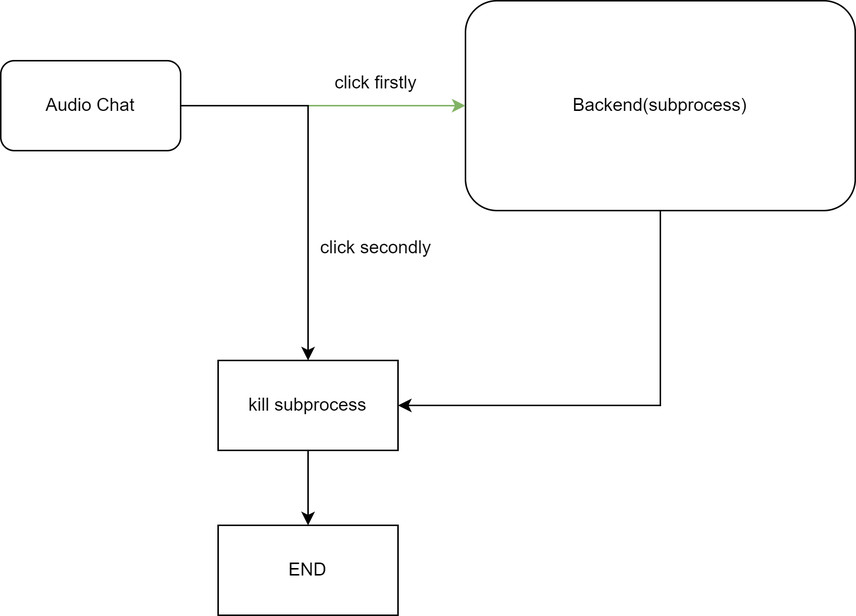
Above: src/frontend/arch/Web_Arch-s2s-multi-chat-close.png in 480284856/AsyncAudioChat (draw.io), before the change. Source tidied: cells renumbered, new cells last; positions are measured from the earlier drawing's top-left corner, leaving out a move shared by most shapes. The source it was exported from:
```xml
<mxGraphModel>
  <root>
    <mxCell id="0" />
    <mxCell id="1" parent="0" />
    <mxCell id="2" style="edgeStyle=orthogonalEdgeStyle;rounded=0;jettySize=auto;html=1;entryX=1;entryY=0.5;entryDx=0;entryDy=0;exitX=0.5;exitY=1;exitDx=0;exitDy=0;" parent="1" edge="1" source="3" target="9">
      <mxGeometry relative="1" as="geometry" />
    </mxCell>
    <mxCell id="3" value="Backend(subprocess)" style="rounded=1;whiteSpace=wrap;html=1;" parent="1" vertex="1">
      <mxGeometry x="310" width="260" height="140" as="geometry" />
    </mxCell>
    <mxCell id="4" style="edgeStyle=orthogonalEdgeStyle;rounded=0;jettySize=auto;html=1;entryX=0;entryY=0.5;entryDx=0;entryDy=0;fillColor=#d5e8d4;strokeColor=#82b366;" parent="1" edge="1" source="6" target="3">
      <mxGeometry relative="1" as="geometry" />
    </mxCell>
    <mxCell id="5" style="edgeStyle=orthogonalEdgeStyle;rounded=0;jettySize=auto;html=1;" parent="1" edge="1" source="6" target="9">
      <mxGeometry relative="1" as="geometry" />
    </mxCell>
    <mxCell id="6" value="Audio Chat" style="rounded=1;whiteSpace=wrap;html=1;" parent="1" vertex="1">
      <mxGeometry y="40" width="120" height="60" as="geometry" />
    </mxCell>
    <mxCell id="7" value="click firstly" style="text;html=1;align=center;verticalAlign=middle;strokeColor=none;fillColor=none;" parent="1" vertex="1">
      <mxGeometry x="210" y="40" width="80" height="30" as="geometry" />
    </mxCell>
    <mxCell id="8" style="edgeStyle=orthogonalEdgeStyle;rounded=0;jettySize=auto;html=1;" parent="1" edge="1" source="9" target="11">
      <mxGeometry relative="1" as="geometry" />
    </mxCell>
    <mxCell id="9" value="kill subprocess" style="rounded=0;whiteSpace=wrap;html=1;" parent="1" vertex="1">
      <mxGeometry x="145" y="240" width="120" height="60" as="geometry" />
    </mxCell>
    <mxCell id="10" value="click secondly" style="text;html=1;align=center;verticalAlign=middle;strokeColor=none;fillColor=none;" parent="1" vertex="1">
      <mxGeometry x="200" y="150" width="100" height="30" as="geometry" />
    </mxCell>
    <mxCell id="11" value="END" style="rounded=0;whiteSpace=wrap;html=1;" parent="1" vertex="1">
      <mxGeometry x="145" y="350" width="120" height="60" as="geometry" />
    </mxCell>
  </root>
</mxGraphModel>
```
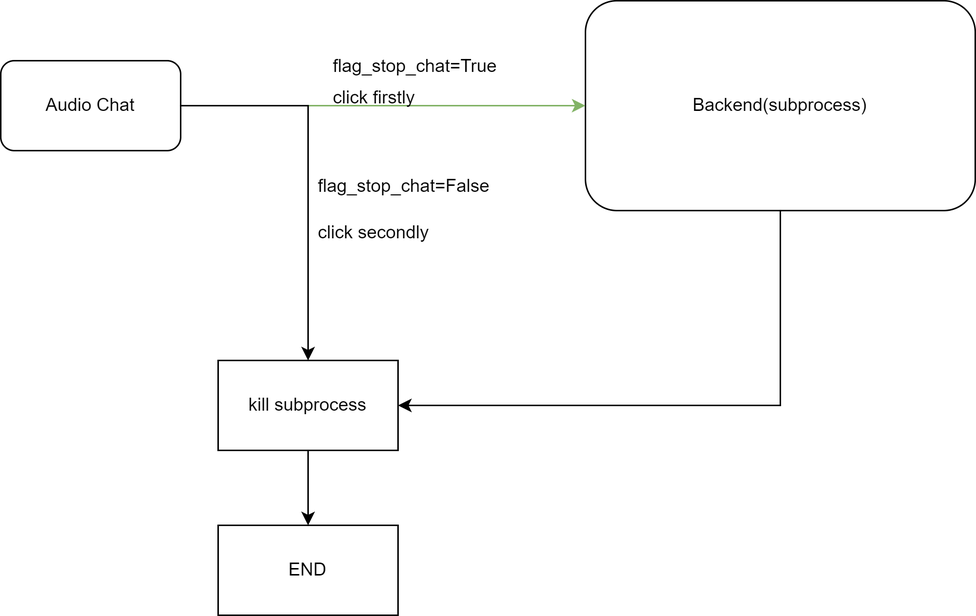
After the commit.

Commit message:
添加纯语音对话的开关按键

Diff of the diagram source:
```diff
@@ -6,7 +6,7 @@
       <mxGeometry relative="1" as="geometry" />
     </mxCell>
     <mxCell id="3" value="Backend(subprocess)" style="rounded=1;whiteSpace=wrap;html=1;" parent="1" vertex="1">
-      <mxGeometry x="310" width="260" height="140" as="geometry" />
+      <mxGeometry x="390" width="260" height="140" as="geometry" />
     </mxCell>
     <mxCell id="4" style="edgeStyle=orthogonalEdgeStyle;rounded=0;jettySize=auto;html=1;entryX=0;entryY=0.5;entryDx=0;entryDy=0;fillColor=#d5e8d4;strokeColor=#82b366;" parent="1" edge="1" source="6" target="3">
       <mxGeometry relative="1" as="geometry" />
@@ -17,8 +17,8 @@
     <mxCell id="6" value="Audio Chat" style="rounded=1;whiteSpace=wrap;html=1;" parent="1" vertex="1">
       <mxGeometry y="40" width="120" height="60" as="geometry" />
     </mxCell>
-    <mxCell id="7" value="click firstly" style="text;html=1;align=center;verticalAlign=middle;strokeColor=none;fillColor=none;" parent="1" vertex="1">
-      <mxGeometry x="210" y="40" width="80" height="30" as="geometry" />
+    <mxCell id="7" value="click firstly" style="text;html=1;align=left;verticalAlign=middle;strokeColor=none;fillColor=none;" parent="1" vertex="1">
+      <mxGeometry x="220" y="50" width="80" height="30" as="geometry" />
     </mxCell>
     <mxCell id="8" style="edgeStyle=orthogonalEdgeStyle;rounded=0;jettySize=auto;html=1;" parent="1" edge="1" source="9" target="11">
       <mxGeometry relative="1" as="geometry" />
@@ -26,11 +26,17 @@
     <mxCell id="9" value="kill subprocess" style="rounded=0;whiteSpace=wrap;html=1;" parent="1" vertex="1">
       <mxGeometry x="145" y="240" width="120" height="60" as="geometry" />
     </mxCell>
-    <mxCell id="10" value="click secondly" style="text;html=1;align=center;verticalAlign=middle;strokeColor=none;fillColor=none;" parent="1" vertex="1">
-      <mxGeometry x="200" y="150" width="100" height="30" as="geometry" />
+    <mxCell id="10" value="click secondly" style="text;html=1;align=left;verticalAlign=middle;strokeColor=none;fillColor=none;" parent="1" vertex="1">
+      <mxGeometry x="210" y="140" width="100" height="30" as="geometry" />
     </mxCell>
     <mxCell id="11" value="END" style="rounded=0;whiteSpace=wrap;html=1;" parent="1" vertex="1">
       <mxGeometry x="145" y="350" width="120" height="60" as="geometry" />
     </mxCell>
+    <mxCell id="12" value="flag_stop_chat=True" style="text;whiteSpace=wrap;" parent="1" vertex="1">
+      <mxGeometry x="220" y="30" width="140" height="40" as="geometry" />
+    </mxCell>
+    <mxCell id="13" value="flag_stop_chat=False" style="text;whiteSpace=wrap;" parent="1" vertex="1">
+      <mxGeometry x="210" y="110" width="150" height="40" as="geometry" />
+    </mxCell>
   </root>
 </mxGraphModel>
```
